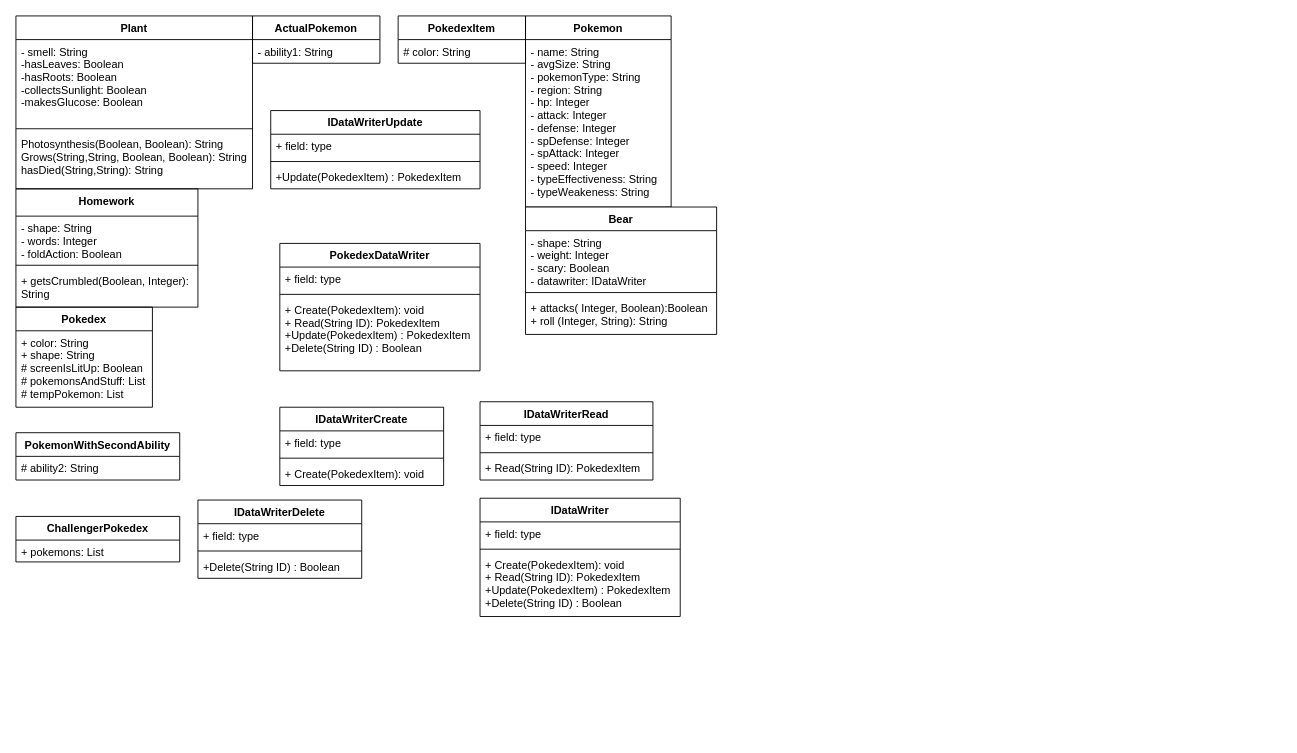
Uplift-Foundation/PokedexGameJava keeps this draw.io diagram as Class Diagrams-5.drawio. Above is the earlier version. Source tidied: cells renumbered, new cells numbered last; positions are measured from the earlier drawing's top-left corner, leaving out a move shared by most shapes. Both pictures are drawn from the tidied source at 91%, with x=0, y=0 at pixel (15, 15).
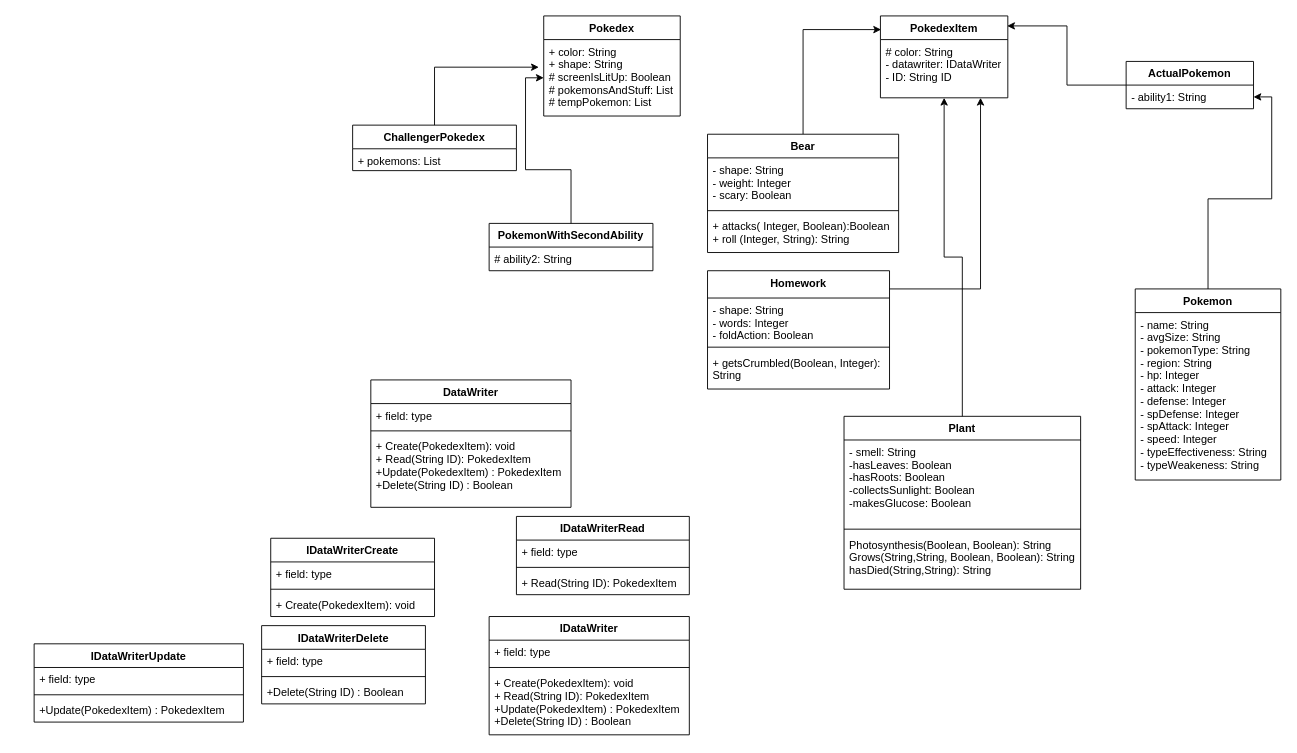
The same page after the edit.

The change refers to these unchanged cells:
```xml
<mxCell id="3" value="- ability1: String " style="text;strokeColor=none;fillColor=none;align=left;verticalAlign=top;spacingLeft=4;spacingRight=4;overflow=hidden;points=[[0,0.5],[1,0.5]];portConstraint=eastwest;" parent="2" vertex="1">
  <mxGeometry y="26" width="140" height="26" as="geometry" />
</mxCell>
<mxCell id="15" value="+ color: String &#10;+ shape: String&#10;# screenIsLitUp: Boolean &#10;# pokemonsAndStuff: List &#10;# tempPokemon: List " style="text;strokeColor=none;fillColor=none;align=left;verticalAlign=top;spacingLeft=4;spacingRight=4;overflow=hidden;points=[[0,0.5],[1,0.5]];portConstraint=eastwest;" parent="14" vertex="1">
  <mxGeometry y="26" width="150" height="84" as="geometry" />
</mxCell>
```

What changed in the source:
```diff
@@
+    <mxCell id="50" style="edgeStyle=orthogonalEdgeStyle;rounded=0;jettySize=auto;html=1;entryX=0.995;entryY=0.122;entryDx=0;entryDy=0;entryPerimeter=0;" parent="1" edge="1" source="2" target="20">
+      <mxGeometry relative="1" as="geometry" />
+    </mxCell>
     <mxCell id="2" value="ActualPokemon" style="swimlane;fontStyle=1;horizontal=1;startSize=26;fillColor=none;" parent="1" vertex="1">
-      <mxGeometry x="260" width="140" height="52" as="geometry" />
+      <mxGeometry x="1220" y="50" width="140" height="52" as="geometry" />
     </mxCell>
@@
+    <mxCell id="51" style="edgeStyle=orthogonalEdgeStyle;rounded=0;jettySize=auto;html=1;" parent="1" edge="1" source="4" target="3">
+      <mxGeometry relative="1" as="geometry" />
+    </mxCell>
     <mxCell id="4" value="Pokemon" style="swimlane;fontStyle=1;horizontal=1;startSize=26;fillColor=none;" parent="1" vertex="1">
-      <mxGeometry x="560" width="160" height="210" as="geometry" />
+      <mxGeometry x="1230" y="300" width="160" height="210" as="geometry" />
     </mxCell>
@@
+    <mxCell id="52" style="edgeStyle=orthogonalEdgeStyle;rounded=0;jettySize=auto;html=1;" parent="1" edge="1" source="6" target="20">
+      <mxGeometry relative="1" as="geometry" />
+    </mxCell>
     <mxCell id="6" value="Plant&#10;&#10;" style="swimlane;fontStyle=1;align=center;verticalAlign=top;horizontal=1;startSize=26;fillColor=none;" parent="1" vertex="1">
-      <mxGeometry width="260" height="190" as="geometry" />
+      <mxGeometry x="910" y="440" width="260" height="190" as="geometry" />
     </mxCell>
@@
+    <mxCell id="53" style="edgeStyle=orthogonalEdgeStyle;rounded=0;jettySize=auto;html=1;" parent="1" edge="1" source="10" target="20">
+      <mxGeometry relative="1" as="geometry">
+        <Array as="points">
+          <mxPoint x="1060" y="300" />
+        </Array>
+      </mxGeometry>
+    </mxCell>
     <mxCell id="10" value="Homework" style="swimlane;fontStyle=1;align=center;verticalAlign=top;horizontal=1;startSize=30;fillColor=none;" parent="1" vertex="1">
-      <mxGeometry y="190" width="200" height="130" as="geometry" />
+      <mxGeometry x="760" y="280" width="200" height="130" as="geometry" />
     </mxCell>
@@
     <mxCell id="14" value="Pokedex" style="swimlane;fontStyle=1;horizontal=1;startSize=26;fillColor=none;" parent="1" vertex="1">
-      <mxGeometry y="320" width="150" height="110" as="geometry" />
+      <mxGeometry x="580" width="150" height="110" as="geometry" />
     </mxCell>
@@
+    <mxCell id="54" style="edgeStyle=orthogonalEdgeStyle;rounded=0;jettySize=auto;html=1;entryX=0.005;entryY=0.167;entryDx=0;entryDy=0;entryPerimeter=0;" parent="1" edge="1" source="16" target="20">
+      <mxGeometry relative="1" as="geometry" />
+    </mxCell>
     <mxCell id="16" value="Bear" style="swimlane;fontStyle=1;align=center;verticalAlign=top;horizontal=1;startSize=26;rounded=0;sketch=0;whiteSpace=wrap;" parent="1" vertex="1">
-      <mxGeometry x="560" y="210" width="210" height="140" as="geometry" />
+      <mxGeometry x="760" y="130" width="210" height="130" as="geometry" />
     </mxCell>
-    <mxCell id="17" value="- shape: String&#10;- weight: Integer &#10;- scary: Boolean &#10;- datawriter: IDataWriter" style="text;strokeColor=none;fillColor=none;align=left;verticalAlign=top;spacingLeft=4;spacingRight=4;overflow=hidden;" parent="16" vertex="1">
-      <mxGeometry y="26" width="210" height="64" as="geometry" />
+    <mxCell id="17" value="- shape: String&#10;- weight: Integer &#10;- scary: Boolean " style="text;strokeColor=none;fillColor=none;align=left;verticalAlign=top;spacingLeft=4;spacingRight=4;overflow=hidden;" parent="16" vertex="1">
+      <mxGeometry y="26" width="210" height="54" as="geometry" />
     </mxCell>
     <mxCell id="18" style="line;strokeWidth=1;fillColor=none;align=left;verticalAlign=middle;spacingTop=-1;spacingLeft=3;spacingRight=3;labelPosition=right;" parent="16" vertex="1">
-      <mxGeometry y="90" width="210" height="8" as="geometry" />
+      <mxGeometry y="80" width="210" height="8" as="geometry" />
     </mxCell>
     <mxCell id="19" value="+ attacks( Integer, Boolean):Boolean&#10;+ roll (Integer, String): String&#10;  " style="text;strokeColor=none;fillColor=none;align=left;verticalAlign=top;spacingLeft=4;spacingRight=4;overflow=hidden;" parent="16" vertex="1">
-      <mxGeometry y="98" width="210" height="42" as="geometry" />
+      <mxGeometry y="88" width="210" height="42" as="geometry" />
     </mxCell>
     <mxCell id="20" value="PokedexItem" style="swimlane;fontStyle=1;horizontal=1;startSize=26;fillColor=none;rounded=0;sketch=0;html=0;" parent="1" vertex="1">
-      <mxGeometry x="420" width="140" height="52" as="geometry" />
+      <mxGeometry x="950" width="140" height="90" as="geometry" />
     </mxCell>
-    <mxCell id="21" value="# color: String " style="text;strokeColor=none;fillColor=none;align=left;verticalAlign=top;spacingLeft=4;spacingRight=4;overflow=hidden;" parent="20" vertex="1">
-      <mxGeometry y="26" width="140" height="26" as="geometry" />
+    <mxCell id="21" value="# color: String &#10;- datawriter: IDataWriter&#10;- ID: String ID " style="text;strokeColor=none;fillColor=none;align=left;verticalAlign=top;spacingLeft=4;spacingRight=4;overflow=hidden;" parent="20" vertex="1">
+      <mxGeometry y="26" width="140" height="64" as="geometry" />
     </mxCell>
+    <mxCell id="55" style="edgeStyle=orthogonalEdgeStyle;rounded=0;jettySize=auto;html=1;" parent="1" edge="1" source="22" target="15">
+      <mxGeometry relative="1" as="geometry" />
+    </mxCell>
     <mxCell id="22" value="PokemonWithSecondAbility" style="swimlane;fontStyle=1;horizontal=1;startSize=26;fillColor=none;rounded=0;sketch=0;html=0;" parent="1" vertex="1">
-      <mxGeometry y="458" width="180" height="52" as="geometry" />
+      <mxGeometry x="520" y="228" width="180" height="52" as="geometry" />
     </mxCell>
@@
-    <mxCell id="24" value="PokedexDataWriter" style="swimlane;fontStyle=1;align=center;verticalAlign=top;horizontal=1;startSize=26;" parent="1" vertex="1">
-      <mxGeometry x="290" y="250" width="220" height="140" as="geometry" />
+    <mxCell id="24" value="DataWriter" style="swimlane;fontStyle=1;align=center;verticalAlign=top;horizontal=1;startSize=26;" parent="1" vertex="1">
+      <mxGeometry x="390" y="400" width="220" height="140" as="geometry" />
     </mxCell>
@@
     <mxCell id="28" value="IDataWriterCreate" style="swimlane;fontStyle=1;align=center;verticalAlign=top;horizontal=1;startSize=26;" parent="1" vertex="1">
-      <mxGeometry x="290" y="430" width="180" height="86" as="geometry" />
+      <mxGeometry x="280" y="574" width="180" height="86" as="geometry" />
     </mxCell>
@@
     <mxCell id="32" value="IDataWriterRead" style="swimlane;fontStyle=1;align=center;verticalAlign=top;horizontal=1;startSize=26;" parent="1" vertex="1">
-      <mxGeometry x="510" y="424" width="190" height="86" as="geometry" />
+      <mxGeometry x="550" y="550" width="190" height="86" as="geometry" />
     </mxCell>
@@
     <mxCell id="36" value="IDataWriterUpdate" style="swimlane;fontStyle=1;align=center;verticalAlign=top;horizontal=1;startSize=26;" parent="1" vertex="1">
-      <mxGeometry x="280" y="104" width="230" height="86" as="geometry" />
+      <mxGeometry x="20" y="690" width="230" height="86" as="geometry" />
     </mxCell>
@@
     <mxCell id="40" value="IDataWriterDelete" style="swimlane;fontStyle=1;align=center;verticalAlign=top;horizontal=1;startSize=26;" parent="1" vertex="1">
-      <mxGeometry x="200" y="532" width="180" height="86" as="geometry" />
+      <mxGeometry x="270" y="670" width="180" height="86" as="geometry" />
     </mxCell>
@@
     <mxCell id="44" value="IDataWriter" style="swimlane;fontStyle=1;align=center;verticalAlign=top;horizontal=1;startSize=26;" parent="1" vertex="1">
-      <mxGeometry x="510" y="530" width="220" height="130" as="geometry" />
+      <mxGeometry x="520" y="660" width="220" height="130" as="geometry" />
     </mxCell>
@@
+    <mxCell id="56" style="edgeStyle=orthogonalEdgeStyle;rounded=0;jettySize=auto;html=1;entryX=-0.036;entryY=0.361;entryDx=0;entryDy=0;entryPerimeter=0;" parent="1" edge="1" source="48" target="15">
+      <mxGeometry relative="1" as="geometry" />
+    </mxCell>
     <mxCell id="48" value="ChallengerPokedex" style="swimlane;fontStyle=1;horizontal=1;startSize=26;fillColor=none;rounded=0;sketch=0;html=0;" parent="1" vertex="1">
-      <mxGeometry y="550" width="180" height="50" as="geometry" />
+      <mxGeometry x="370" y="120" width="180" height="50" as="geometry" />
     </mxCell>
```
